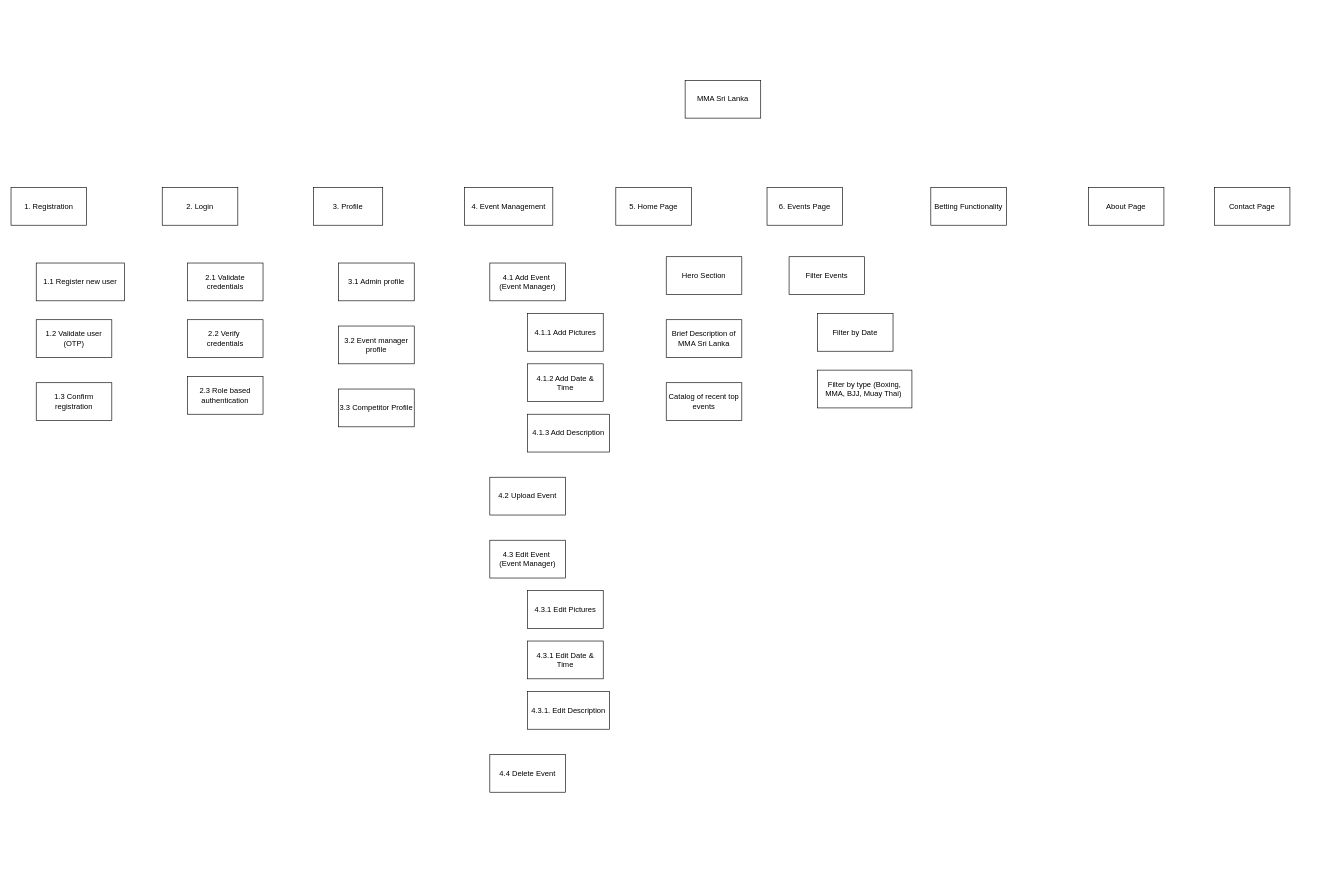
The draw.io diagram PM WBS V1.drawio in redhooddev/diagrams, before the edit. Source tidied: cells renumbered, new cells numbered last; positions are measured from the earlier drawing's top-left corner, leaving out a move shared by most shapes. Both pictures are drawn from the tidied source at 63%, with x=0, y=0 at pixel (11, 80).
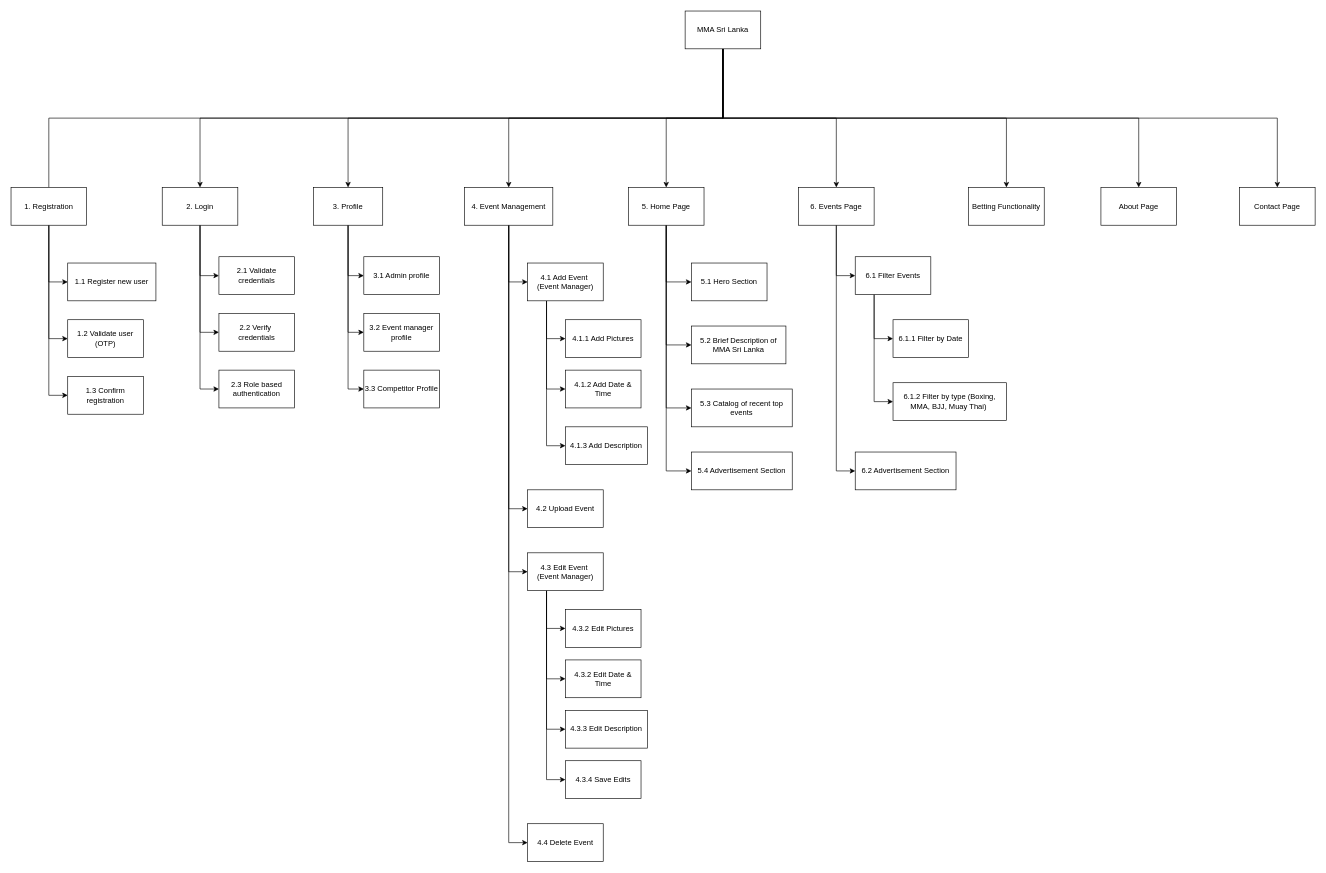
The same diagram, later.

Unchanged cells that the change refers to:
```xml
<mxCell id="3" value="1. Registration" style="rounded=0;whiteSpace=wrap;html=1;" parent="1" vertex="1">
  <mxGeometry y="170" width="120" height="60" as="geometry" />
</mxCell>
<mxCell id="4" value="2. Login" style="rounded=0;whiteSpace=wrap;html=1;" parent="1" vertex="1">
  <mxGeometry x="240" y="170" width="120" height="60" as="geometry" />
</mxCell>
<mxCell id="5" value="4. Event Management" style="rounded=0;whiteSpace=wrap;html=1;" parent="1" vertex="1">
  <mxGeometry x="720" y="170" width="140" height="60" as="geometry" />
</mxCell>
<mxCell id="6" value="3. Profile" style="rounded=0;whiteSpace=wrap;html=1;" parent="1" vertex="1">
  <mxGeometry x="480" y="170" width="110" height="60" as="geometry" />
</mxCell>
```

Diff of the diagram source:
```diff
@@
+    <mxCell id="37" style="edgeStyle=orthogonalEdgeStyle;rounded=0;jettySize=auto;html=1;exitX=0.5;exitY=1;exitDx=0;exitDy=0;entryX=0.5;entryY=0;entryDx=0;entryDy=0;shape=wire;dashed=1;endArrow=none;endFill=0;" parent="1" edge="1" source="2" target="3">
+      <mxGeometry relative="1" as="geometry" />
+    </mxCell>
+    <mxCell id="38" style="edgeStyle=orthogonalEdgeStyle;rounded=0;jettySize=auto;html=1;exitX=0.5;exitY=1;exitDx=0;exitDy=0;entryX=0.5;entryY=0;entryDx=0;entryDy=0;" parent="1" edge="1" source="2" target="4">
+      <mxGeometry relative="1" as="geometry" />
+    </mxCell>
+    <mxCell id="39" style="edgeStyle=orthogonalEdgeStyle;rounded=0;jettySize=auto;html=1;exitX=0.5;exitY=1;exitDx=0;exitDy=0;entryX=0.5;entryY=0;entryDx=0;entryDy=0;" parent="1" edge="1" source="2" target="6">
+      <mxGeometry relative="1" as="geometry" />
+    </mxCell>
+    <mxCell id="40" style="edgeStyle=orthogonalEdgeStyle;rounded=0;jettySize=auto;html=1;exitX=0.5;exitY=1;exitDx=0;exitDy=0;entryX=0.5;entryY=0;entryDx=0;entryDy=0;" parent="1" edge="1" source="2" target="5">
+      <mxGeometry relative="1" as="geometry" />
+    </mxCell>
+    <mxCell id="41" style="edgeStyle=orthogonalEdgeStyle;rounded=0;jettySize=auto;html=1;exitX=0.5;exitY=1;exitDx=0;exitDy=0;entryX=0.5;entryY=0;entryDx=0;entryDy=0;" parent="1" edge="1" source="2" target="7">
+      <mxGeometry relative="1" as="geometry" />
+    </mxCell>
+    <mxCell id="42" style="edgeStyle=orthogonalEdgeStyle;rounded=0;jettySize=auto;html=1;exitX=0.5;exitY=1;exitDx=0;exitDy=0;entryX=0.5;entryY=0;entryDx=0;entryDy=0;" parent="1" edge="1" source="2" target="8">
+      <mxGeometry relative="1" as="geometry" />
+    </mxCell>
+    <mxCell id="43" style="edgeStyle=orthogonalEdgeStyle;rounded=0;jettySize=auto;html=1;exitX=0.5;exitY=1;exitDx=0;exitDy=0;entryX=0.5;entryY=0;entryDx=0;entryDy=0;" parent="1" edge="1" source="2" target="36">
+      <mxGeometry relative="1" as="geometry" />
+    </mxCell>
+    <mxCell id="44" style="edgeStyle=orthogonalEdgeStyle;rounded=0;jettySize=auto;html=1;exitX=0.5;exitY=1;exitDx=0;exitDy=0;entryX=0.5;entryY=0;entryDx=0;entryDy=0;" parent="1" edge="1" source="2" target="10">
+      <mxGeometry relative="1" as="geometry" />
+    </mxCell>
+    <mxCell id="45" style="edgeStyle=orthogonalEdgeStyle;rounded=0;jettySize=auto;html=1;exitX=0.5;exitY=1;exitDx=0;exitDy=0;" parent="1" edge="1" source="2" target="9">
+      <mxGeometry relative="1" as="geometry" />
+    </mxCell>
     <mxCell id="2" value="MMA Sri Lanka" style="rounded=0;whiteSpace=wrap;html=1;" parent="1" vertex="1">
-      <mxGeometry x="1070" width="120" height="60" as="geometry" />
+      <mxGeometry x="1070" y="-110" width="120" height="60" as="geometry" />
     </mxCell>
+    <mxCell id="46" style="edgeStyle=orthogonalEdgeStyle;rounded=0;jettySize=auto;html=1;exitX=0.5;exitY=1;exitDx=0;exitDy=0;entryX=0;entryY=0.5;entryDx=0;entryDy=0;" parent="1" edge="1" source="3" target="11">
+      <mxGeometry relative="1" as="geometry" />
+    </mxCell>
+    <mxCell id="47" style="edgeStyle=orthogonalEdgeStyle;rounded=0;jettySize=auto;html=1;exitX=0.5;exitY=1;exitDx=0;exitDy=0;entryX=0;entryY=0.5;entryDx=0;entryDy=0;" parent="1" edge="1" source="3" target="12">
+      <mxGeometry relative="1" as="geometry" />
+    </mxCell>
+    <mxCell id="48" style="edgeStyle=orthogonalEdgeStyle;rounded=0;jettySize=auto;html=1;exitX=0.5;exitY=1;exitDx=0;exitDy=0;entryX=0;entryY=0.5;entryDx=0;entryDy=0;" parent="1" edge="1" source="3" target="13">
+      <mxGeometry relative="1" as="geometry" />
+    </mxCell>
@@
+    <mxCell id="49" style="edgeStyle=orthogonalEdgeStyle;rounded=0;jettySize=auto;html=1;exitX=0.5;exitY=1;exitDx=0;exitDy=0;entryX=0;entryY=0.5;entryDx=0;entryDy=0;" parent="1" edge="1" source="4" target="15">
+      <mxGeometry relative="1" as="geometry" />
+    </mxCell>
+    <mxCell id="50" style="edgeStyle=orthogonalEdgeStyle;rounded=0;jettySize=auto;html=1;exitX=0.5;exitY=1;exitDx=0;exitDy=0;entryX=0;entryY=0.5;entryDx=0;entryDy=0;" parent="1" edge="1" source="4" target="16">
+      <mxGeometry relative="1" as="geometry" />
+    </mxCell>
+    <mxCell id="51" style="edgeStyle=orthogonalEdgeStyle;rounded=0;jettySize=auto;html=1;exitX=0.5;exitY=1;exitDx=0;exitDy=0;entryX=0;entryY=0.5;entryDx=0;entryDy=0;" parent="1" edge="1" source="4" target="14">
+      <mxGeometry relative="1" as="geometry" />
+    </mxCell>
@@
+    <mxCell id="52" style="edgeStyle=orthogonalEdgeStyle;rounded=0;jettySize=auto;html=1;exitX=0.5;exitY=1;exitDx=0;exitDy=0;entryX=0;entryY=0.5;entryDx=0;entryDy=0;" parent="1" edge="1" source="5" target="20">
+      <mxGeometry relative="1" as="geometry" />
+    </mxCell>
+    <mxCell id="53" style="edgeStyle=orthogonalEdgeStyle;rounded=0;jettySize=auto;html=1;exitX=0.5;exitY=1;exitDx=0;exitDy=0;entryX=0;entryY=0.5;entryDx=0;entryDy=0;" parent="1" edge="1" source="5" target="25">
+      <mxGeometry relative="1" as="geometry" />
+    </mxCell>
+    <mxCell id="54" style="edgeStyle=orthogonalEdgeStyle;rounded=0;jettySize=auto;html=1;exitX=0.5;exitY=1;exitDx=0;exitDy=0;entryX=0;entryY=0.5;entryDx=0;entryDy=0;" parent="1" edge="1" source="5" target="29">
+      <mxGeometry relative="1" as="geometry" />
+    </mxCell>
+    <mxCell id="55" style="edgeStyle=orthogonalEdgeStyle;rounded=0;jettySize=auto;html=1;exitX=0.5;exitY=1;exitDx=0;exitDy=0;entryX=0;entryY=0.5;entryDx=0;entryDy=0;" parent="1" edge="1" source="5" target="24">
+      <mxGeometry relative="1" as="geometry" />
+    </mxCell>
@@
+    <mxCell id="56" style="edgeStyle=orthogonalEdgeStyle;rounded=0;jettySize=auto;html=1;exitX=0.5;exitY=1;exitDx=0;exitDy=0;entryX=0;entryY=0.5;entryDx=0;entryDy=0;" parent="1" edge="1" source="6" target="17">
+      <mxGeometry relative="1" as="geometry" />
+    </mxCell>
+    <mxCell id="57" style="edgeStyle=orthogonalEdgeStyle;rounded=0;jettySize=auto;html=1;exitX=0.5;exitY=1;exitDx=0;exitDy=0;entryX=0;entryY=0.5;entryDx=0;entryDy=0;" parent="1" edge="1" source="6" target="18">
+      <mxGeometry relative="1" as="geometry" />
+    </mxCell>
+    <mxCell id="58" style="edgeStyle=orthogonalEdgeStyle;rounded=0;jettySize=auto;html=1;exitX=0.5;exitY=1;exitDx=0;exitDy=0;entryX=0;entryY=0.5;entryDx=0;entryDy=0;" parent="1" edge="1" source="6" target="19">
+      <mxGeometry relative="1" as="geometry" />
+    </mxCell>
@@
+    <mxCell id="59" style="edgeStyle=orthogonalEdgeStyle;rounded=0;jettySize=auto;html=1;exitX=0.5;exitY=1;exitDx=0;exitDy=0;entryX=0;entryY=0.5;entryDx=0;entryDy=0;" parent="1" edge="1" source="7" target="30">
+      <mxGeometry relative="1" as="geometry" />
+    </mxCell>
+    <mxCell id="60" style="edgeStyle=orthogonalEdgeStyle;rounded=0;jettySize=auto;html=1;exitX=0.5;exitY=1;exitDx=0;exitDy=0;entryX=0;entryY=0.5;entryDx=0;entryDy=0;" parent="1" edge="1" source="7" target="31">
+      <mxGeometry relative="1" as="geometry" />
+    </mxCell>
+    <mxCell id="61" style="edgeStyle=orthogonalEdgeStyle;rounded=0;jettySize=auto;html=1;exitX=0.5;exitY=1;exitDx=0;exitDy=0;entryX=0;entryY=0.5;entryDx=0;entryDy=0;" parent="1" edge="1" source="7" target="32">
+      <mxGeometry relative="1" as="geometry" />
+    </mxCell>
+    <mxCell id="62" style="edgeStyle=orthogonalEdgeStyle;rounded=0;jettySize=auto;html=1;exitX=0.5;exitY=1;exitDx=0;exitDy=0;entryX=0;entryY=0.5;entryDx=0;entryDy=0;" parent="1" edge="1" source="7" target="79">
+      <mxGeometry relative="1" as="geometry" />
+    </mxCell>
     <mxCell id="7" value="5. Home Page" style="rounded=0;whiteSpace=wrap;html=1;" parent="1" vertex="1">
-      <mxGeometry x="960" y="170" width="120" height="60" as="geometry" />
+      <mxGeometry x="980" y="170" width="120" height="60" as="geometry" />
     </mxCell>
+    <mxCell id="63" style="edgeStyle=orthogonalEdgeStyle;rounded=0;jettySize=auto;html=1;exitX=0.5;exitY=1;exitDx=0;exitDy=0;entryX=0;entryY=0.5;entryDx=0;entryDy=0;" parent="1" edge="1" source="8" target="33">
+      <mxGeometry relative="1" as="geometry" />
+    </mxCell>
+    <mxCell id="64" style="edgeStyle=orthogonalEdgeStyle;rounded=0;jettySize=auto;html=1;exitX=0.5;exitY=1;exitDx=0;exitDy=0;entryX=0;entryY=0.5;entryDx=0;entryDy=0;" parent="1" edge="1" source="8" target="80">
+      <mxGeometry relative="1" as="geometry" />
+    </mxCell>
     <mxCell id="8" value="6. Events Page" style="rounded=0;whiteSpace=wrap;html=1;" parent="1" vertex="1">
-      <mxGeometry x="1200" y="170" width="120" height="60" as="geometry" />
+      <mxGeometry x="1250" y="170" width="120" height="60" as="geometry" />
     </mxCell>
     <mxCell id="9" value="Contact Page" style="rounded=0;whiteSpace=wrap;html=1;" parent="1" vertex="1">
-      <mxGeometry x="1910" y="170" width="120" height="60" as="geometry" />
+      <mxGeometry x="1950" y="170" width="120" height="60" as="geometry" />
     </mxCell>
     <mxCell id="10" value="About Page" style="rounded=0;whiteSpace=wrap;html=1;" parent="1" vertex="1">
-      <mxGeometry x="1710" y="170" width="120" height="60" as="geometry" />
+      <mxGeometry x="1730" y="170" width="120" height="60" as="geometry" />
     </mxCell>
     <mxCell id="11" value="1.1 Register new user" style="rounded=0;whiteSpace=wrap;html=1;fontStyle=0;" parent="1" vertex="1">
-      <mxGeometry x="40" y="290" width="140" height="60" as="geometry" />
+      <mxGeometry x="90" y="290" width="140" height="60" as="geometry" />
     </mxCell>
     <mxCell id="12" value="1.2 Validate user (OTP)" style="rounded=0;whiteSpace=wrap;html=1;fontStyle=0;" parent="1" vertex="1">
-      <mxGeometry x="40" y="380" width="120" height="60" as="geometry" />
+      <mxGeometry x="90" y="380" width="120" height="60" as="geometry" />
     </mxCell>
     <mxCell id="13" value="1.3 Confirm registration" style="rounded=0;whiteSpace=wrap;html=1;fontStyle=0;" parent="1" vertex="1">
-      <mxGeometry x="40" y="480" width="120" height="60" as="geometry" />
+      <mxGeometry x="90" y="470" width="120" height="60" as="geometry" />
     </mxCell>
     <mxCell id="14" value="2.3 Role based authentication" style="rounded=0;whiteSpace=wrap;html=1;" parent="1" vertex="1">
-      <mxGeometry x="280" y="470" width="120" height="60" as="geometry" />
+      <mxGeometry x="330" y="460" width="120" height="60" as="geometry" />
     </mxCell>
     <mxCell id="15" value="2.1 Validate credentials" style="rounded=0;whiteSpace=wrap;html=1;" parent="1" vertex="1">
-      <mxGeometry x="280" y="290" width="120" height="60" as="geometry" />
+      <mxGeometry x="330" y="280" width="120" height="60" as="geometry" />
     </mxCell>
     <mxCell id="16" value="2.2 Verify&amp;nbsp;&lt;div&gt;credentials&lt;/div&gt;" style="rounded=0;whiteSpace=wrap;html=1;" parent="1" vertex="1">
-      <mxGeometry x="280" y="380" width="120" height="60" as="geometry" />
+      <mxGeometry x="330" y="370" width="120" height="60" as="geometry" />
     </mxCell>
     <mxCell id="17" value="3.1 Admin profile" style="rounded=0;whiteSpace=wrap;html=1;" parent="1" vertex="1">
-      <mxGeometry x="520" y="290" width="120" height="60" as="geometry" />
+      <mxGeometry x="560" y="280" width="120" height="60" as="geometry" />
     </mxCell>
     <mxCell id="18" value="3.2 Event manager&lt;div&gt;profile&lt;/div&gt;" style="rounded=0;whiteSpace=wrap;html=1;" parent="1" vertex="1">
-      <mxGeometry x="520" y="390" width="120" height="60" as="geometry" />
+      <mxGeometry x="560" y="370" width="120" height="60" as="geometry" />
     </mxCell>
     <mxCell id="19" value="3.3 Competitor Profile" style="rounded=0;whiteSpace=wrap;html=1;" parent="1" vertex="1">
-      <mxGeometry x="520" y="490" width="120" height="60" as="geometry" />
+      <mxGeometry x="560" y="460" width="120" height="60" as="geometry" />
     </mxCell>
+    <mxCell id="65" style="edgeStyle=orthogonalEdgeStyle;rounded=0;jettySize=auto;html=1;exitX=0.25;exitY=1;exitDx=0;exitDy=0;entryX=0;entryY=0.5;entryDx=0;entryDy=0;" parent="1" edge="1" source="20" target="21">
+      <mxGeometry relative="1" as="geometry" />
+    </mxCell>
+    <mxCell id="66" style="edgeStyle=orthogonalEdgeStyle;rounded=0;jettySize=auto;html=1;exitX=0.25;exitY=1;exitDx=0;exitDy=0;entryX=0;entryY=0.5;entryDx=0;entryDy=0;" parent="1" edge="1" source="20" target="22">
+      <mxGeometry relative="1" as="geometry" />
+    </mxCell>
+    <mxCell id="67" style="edgeStyle=orthogonalEdgeStyle;rounded=0;jettySize=auto;html=1;exitX=0.25;exitY=1;exitDx=0;exitDy=0;entryX=0;entryY=0.5;entryDx=0;entryDy=0;" parent="1" edge="1" source="20" target="23">
+      <mxGeometry relative="1" as="geometry" />
+    </mxCell>
     <mxCell id="20" value="4.1 Add Event&amp;nbsp;&lt;div&gt;(Event Manager)&lt;/div&gt;" style="rounded=0;whiteSpace=wrap;html=1;" parent="1" vertex="1">
-      <mxGeometry x="760" y="290" width="120" height="60" as="geometry" />
+      <mxGeometry x="820" y="290" width="120" height="60" as="geometry" />
     </mxCell>
     <mxCell id="21" value="4.1.1 Add Pictures" style="rounded=0;whiteSpace=wrap;html=1;" parent="1" vertex="1">
-      <mxGeometry x="820" y="370" width="120" height="60" as="geometry" />
+      <mxGeometry x="880" y="380" width="120" height="60" as="geometry" />
     </mxCell>
     <mxCell id="22" value="4.1.2 Add Date &amp;amp; Time" style="rounded=0;whiteSpace=wrap;html=1;" parent="1" vertex="1">
-      <mxGeometry x="820" y="450" width="120" height="60" as="geometry" />
+      <mxGeometry x="880" y="460" width="120" height="60" as="geometry" />
     </mxCell>
     <mxCell id="23" value="4.1.3 Add Description" style="rounded=0;whiteSpace=wrap;html=1;" parent="1" vertex="1">
-      <mxGeometry x="820" y="530" width="130" height="60" as="geometry" />
+      <mxGeometry x="880" y="550" width="130" height="60" as="geometry" />
     </mxCell>
     <mxCell id="24" value="4.2 Upload Event" style="rounded=0;whiteSpace=wrap;html=1;" parent="1" vertex="1">
-      <mxGeometry x="760" y="630" width="120" height="60" as="geometry" />
+      <mxGeometry x="820" y="650" width="120" height="60" as="geometry" />
     </mxCell>
-    <mxCell id="25" value="4.3 Edit Event&amp;nbsp;&lt;div&gt;(Event Manager)&lt;/div&gt;" style="rounded=0;whiteSpace=wrap;html=1;" parent="1" vertex="1">
-      <mxGeometry x="760" y="730" width="120" height="60" as="geometry" />
-    </mxCell>
-    <mxCell id="26" value="4.3.1 Edit Pictures" style="rounded=0;whiteSpace=wrap;html=1;" parent="1" vertex="1">
-      <mxGeometry x="820" y="810" width="120" height="60" as="geometry" />
-    </mxCell>
-    <mxCell id="27" value="4.3.1 Edit Date &amp;amp; Time" style="rounded=0;whiteSpace=wrap;html=1;" parent="1" vertex="1">
-      <mxGeometry x="820" y="890" width="120" height="60" as="geometry" />
-    </mxCell>
-    <mxCell id="28" value="4.3.1. Edit Description" style="rounded=0;whiteSpace=wrap;html=1;" parent="1" vertex="1">
-      <mxGeometry x="820" y="970" width="130" height="60" as="geometry" />
-    </mxCell>
     <mxCell id="29" value="4.4 Delete Event" style="rounded=0;whiteSpace=wrap;html=1;" parent="1" vertex="1">
-      <mxGeometry x="760" y="1070" width="120" height="60" as="geometry" />
+      <mxGeometry x="820" y="1180" width="120" height="60" as="geometry" />
     </mxCell>
-    <mxCell id="30" value="Hero Section" style="rounded=0;whiteSpace=wrap;html=1;" parent="1" vertex="1">
-      <mxGeometry x="1040" y="280" width="120" height="60" as="geometry" />
+    <mxCell id="30" value="5.1 Hero Section" style="rounded=0;whiteSpace=wrap;html=1;" parent="1" vertex="1">
+      <mxGeometry x="1080" y="290" width="120" height="60" as="geometry" />
     </mxCell>
-    <mxCell id="31" value="Brief Description of MMA Sri Lanka" style="rounded=0;whiteSpace=wrap;html=1;" parent="1" vertex="1">
-      <mxGeometry x="1040" y="380" width="120" height="60" as="geometry" />
+    <mxCell id="31" value="5.2 Brief Description of MMA Sri Lanka" style="rounded=0;whiteSpace=wrap;html=1;" parent="1" vertex="1">
+      <mxGeometry x="1080" y="390" width="150" height="60" as="geometry" />
     </mxCell>
-    <mxCell id="32" value="Catalog of recent top events" style="rounded=0;whiteSpace=wrap;html=1;" parent="1" vertex="1">
-      <mxGeometry x="1040" y="480" width="120" height="60" as="geometry" />
+    <mxCell id="32" value="5.3 Catalog of recent top events" style="rounded=0;whiteSpace=wrap;html=1;" parent="1" vertex="1">
+      <mxGeometry x="1080" y="490" width="160" height="60" as="geometry" />
     </mxCell>
+    <mxCell id="68" style="edgeStyle=orthogonalEdgeStyle;rounded=0;jettySize=auto;html=1;exitX=0.25;exitY=1;exitDx=0;exitDy=0;entryX=0;entryY=0.5;entryDx=0;entryDy=0;" parent="1" edge="1" source="33" target="34">
+      <mxGeometry relative="1" as="geometry" />
+    </mxCell>
+    <mxCell id="69" style="edgeStyle=orthogonalEdgeStyle;rounded=0;jettySize=auto;html=1;exitX=0.25;exitY=1;exitDx=0;exitDy=0;entryX=0;entryY=0.5;entryDx=0;entryDy=0;" parent="1" edge="1" source="33" target="35">
+      <mxGeometry relative="1" as="geometry" />
+    </mxCell>
-    <mxCell id="33" value="Filter Events" style="rounded=0;whiteSpace=wrap;html=1;" parent="1" vertex="1">
-      <mxGeometry x="1235" y="280" width="120" height="60" as="geometry" />
+    <mxCell id="33" value="6.1 Filter Events" style="rounded=0;whiteSpace=wrap;html=1;" parent="1" vertex="1">
+      <mxGeometry x="1340" y="280" width="120" height="60" as="geometry" />
     </mxCell>
-    <mxCell id="34" value="Filter by Date" style="rounded=0;whiteSpace=wrap;html=1;" parent="1" vertex="1">
-      <mxGeometry x="1280" y="370" width="120" height="60" as="geometry" />
+    <mxCell id="34" value="6.1.1 Filter by Date" style="rounded=0;whiteSpace=wrap;html=1;" parent="1" vertex="1">
+      <mxGeometry x="1400" y="380" width="120" height="60" as="geometry" />
     </mxCell>
-    <mxCell id="35" value="Filter by type (Boxing, MMA, BJJ, Muay Thai)&amp;nbsp;" style="rounded=0;whiteSpace=wrap;html=1;" parent="1" vertex="1">
-      <mxGeometry x="1280" y="460" width="150" height="60" as="geometry" />
+    <mxCell id="35" value="6.1.2 Filter by type (Boxing, MMA, BJJ, Muay Thai)&amp;nbsp;" style="rounded=0;whiteSpace=wrap;html=1;" parent="1" vertex="1">
+      <mxGeometry x="1400" y="480" width="180" height="60" as="geometry" />
     </mxCell>
     <mxCell id="36" value="Betting Functionality" style="rounded=0;whiteSpace=wrap;html=1;" parent="1" vertex="1">
-      <mxGeometry x="1460" y="170" width="120" height="60" as="geometry" />
+      <mxGeometry x="1520" y="170" width="120" height="60" as="geometry" />
     </mxCell>
+    <mxCell id="70" style="edgeStyle=orthogonalEdgeStyle;rounded=0;jettySize=auto;html=1;exitX=0.25;exitY=1;exitDx=0;exitDy=0;entryX=0;entryY=0.5;entryDx=0;entryDy=0;" parent="1" edge="1" source="25" target="74">
+      <mxGeometry relative="1" as="geometry" />
+    </mxCell>
+    <mxCell id="71" style="edgeStyle=orthogonalEdgeStyle;rounded=0;jettySize=auto;html=1;exitX=0.25;exitY=1;exitDx=0;exitDy=0;entryX=0;entryY=0.5;entryDx=0;entryDy=0;" parent="1" edge="1" source="25" target="75">
+      <mxGeometry relative="1" as="geometry" />
+    </mxCell>
+    <mxCell id="72" style="edgeStyle=orthogonalEdgeStyle;rounded=0;jettySize=auto;html=1;exitX=0.25;exitY=1;exitDx=0;exitDy=0;entryX=0;entryY=0.5;entryDx=0;entryDy=0;" parent="1" edge="1" source="25" target="76">
+      <mxGeometry relative="1" as="geometry" />
+    </mxCell>
+    <mxCell id="73" style="edgeStyle=orthogonalEdgeStyle;rounded=0;jettySize=auto;html=1;exitX=0.25;exitY=1;exitDx=0;exitDy=0;entryX=0;entryY=0.5;entryDx=0;entryDy=0;" parent="1" edge="1" source="25" target="77">
+      <mxGeometry relative="1" as="geometry" />
+    </mxCell>
+    <mxCell id="25" value="4.3 Edit Event&amp;nbsp;&lt;div&gt;(Event Manager)&lt;/div&gt;" style="rounded=0;whiteSpace=wrap;html=1;" parent="1" vertex="1">
+      <mxGeometry x="820" y="750" width="120" height="60" as="geometry" />
+    </mxCell>
+    <mxCell id="74" value="4.3.2 Edit Pictures" style="rounded=0;whiteSpace=wrap;html=1;" parent="1" vertex="1">
+      <mxGeometry x="880" y="840" width="120" height="60" as="geometry" />
+    </mxCell>
+    <mxCell id="75" value="4.3.2 Edit Date &amp;amp; Time" style="rounded=0;whiteSpace=wrap;html=1;" parent="1" vertex="1">
+      <mxGeometry x="880" y="920" width="120" height="60" as="geometry" />
+    </mxCell>
+    <mxCell id="76" value="4.3.3 Edit Description" style="rounded=0;whiteSpace=wrap;html=1;" parent="1" vertex="1">
+      <mxGeometry x="880" y="1000" width="130" height="60" as="geometry" />
+    </mxCell>
+    <mxCell id="77" value="4.3.4 Save Edits" style="rounded=0;whiteSpace=wrap;html=1;" parent="1" vertex="1">
+      <mxGeometry x="880" y="1080" width="120" height="60" as="geometry" />
+    </mxCell>
+    <mxCell id="78" style="edgeStyle=orthogonalEdgeStyle;rounded=0;orthogonalLoop=1;jettySize=auto;html=1;exitX=0.5;exitY=1;exitDx=0;exitDy=0;" parent="1" edge="1" source="77" target="77">
+      <mxGeometry relative="1" as="geometry" />
+    </mxCell>
+    <mxCell id="79" value="5.4 Advertisement Section" style="rounded=0;whiteSpace=wrap;html=1;" parent="1" vertex="1">
+      <mxGeometry x="1080" y="590" width="160" height="60" as="geometry" />
+    </mxCell>
+    <mxCell id="80" value="6.2 Advertisement Section" style="rounded=0;whiteSpace=wrap;html=1;" parent="1" vertex="1">
+      <mxGeometry x="1340" y="590" width="160" height="60" as="geometry" />
+    </mxCell>
```
